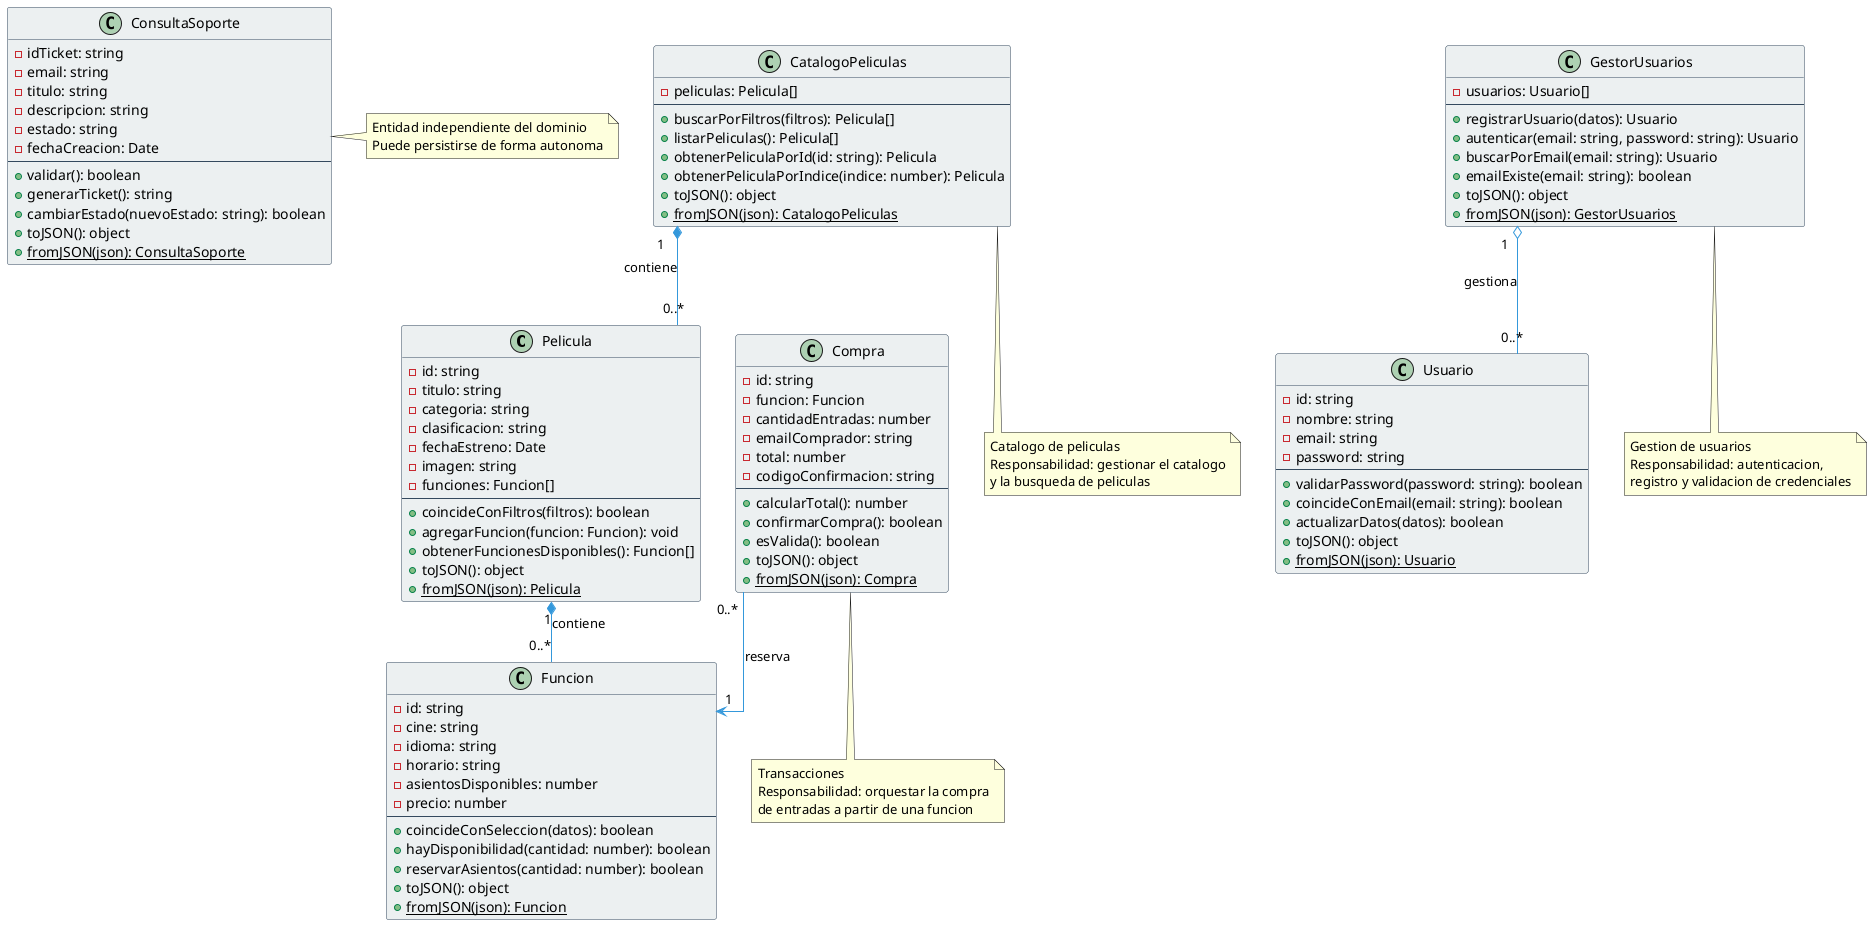
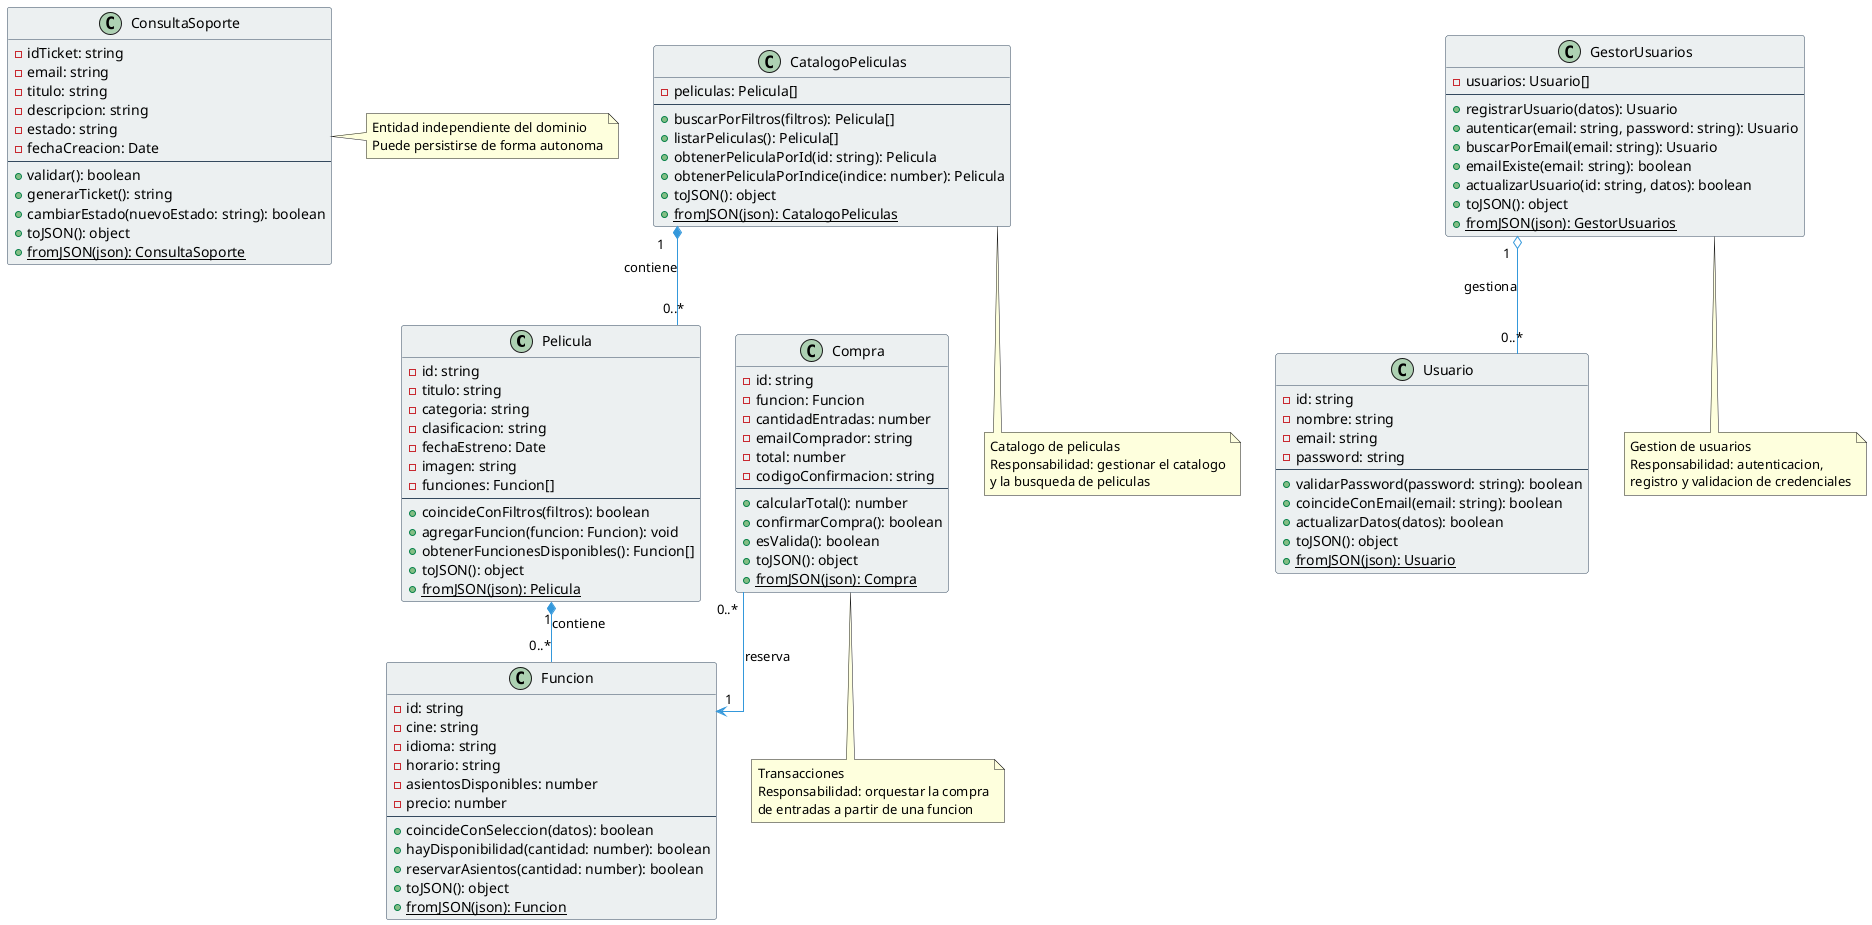
@startuml DiagramaClasesCineGlobal
!define ARROWCOLOR #3498db
!define CLASSCOLOR #ecf0f1
!define BORDERCOLOR #34495e

skinparam linetype ortho
skinparam classBackgroundColor CLASSCOLOR
skinparam classArrowColor ARROWCOLOR
skinparam classBorderColor BORDERCOLOR
skinparam classStereotypeCBackgroundColor #95a5a6
skinparam arrowLollipopColor BORDERCOLOR
skinparam backgroundColor #ffffff

'==============================================================
' ENTIDADES DEL DOMINIO - CATÁLOGO
'==============================================================

class Pelicula {
  - id: string
  - titulo: string
  - categoria: string
  - clasificacion: string
  - fechaEstreno: Date
  - imagen: string
  - funciones: Funcion[]
  --
  + coincideConFiltros(filtros): boolean
  + agregarFuncion(funcion: Funcion): void
  + obtenerFuncionesDisponibles(): Funcion[]
  + toJSON(): object
  + {static} fromJSON(json): Pelicula
}

class Funcion {
  - id: string
  - cine: string
  - idioma: string
  - horario: string
  - asientosDisponibles: number
  - precio: number
  --
  + coincideConSeleccion(datos): boolean
  + hayDisponibilidad(cantidad: number): boolean
  + reservarAsientos(cantidad: number): boolean
  + toJSON(): object
  + {static} fromJSON(json): Funcion
}

class CatalogoPeliculas {
  - peliculas: Pelicula[]
  --
  + buscarPorFiltros(filtros): Pelicula[]
  + listarPeliculas(): Pelicula[]
  + obtenerPeliculaPorId(id: string): Pelicula
  + obtenerPeliculaPorIndice(indice: number): Pelicula
  + toJSON(): object
  + {static} fromJSON(json): CatalogoPeliculas
}

'==============================================================
' ENTIDADES DEL DOMINIO - USUARIOS Y AUTENTICACIÓN
'==============================================================

class Usuario {
  - id: string
  - nombre: string
  - email: string
  - password: string
  --
  + validarPassword(password: string): boolean
  + coincideConEmail(email: string): boolean
  + actualizarDatos(datos): boolean
  + toJSON(): object
  + {static} fromJSON(json): Usuario
}

class GestorUsuarios {
  - usuarios: Usuario[]
  --
  + registrarUsuario(datos): Usuario
  + autenticar(email: string, password: string): Usuario
  + buscarPorEmail(email: string): Usuario
  + emailExiste(email: string): boolean
+   + actualizarUsuario(id: string, datos): boolean
  + toJSON(): object
  + {static} fromJSON(json): GestorUsuarios
}

'==============================================================
' ENTIDADES DEL DOMINIO - SOPORTE
'==============================================================

class ConsultaSoporte {
  - idTicket: string
  - email: string
  - titulo: string
  - descripcion: string
  - estado: string
  - fechaCreacion: Date
  --
  + validar(): boolean
  + generarTicket(): string
  + cambiarEstado(nuevoEstado: string): boolean
  + toJSON(): object
  + {static} fromJSON(json): ConsultaSoporte
}

'==============================================================
' ENTIDADES DEL DOMINIO - COMPRAS
'==============================================================

class Compra {
  - id: string
  - funcion: Funcion
  - cantidadEntradas: number
  - emailComprador: string
  - total: number
  - codigoConfirmacion: string
  --
  + calcularTotal(): number
  + confirmarCompra(): boolean
  + esValida(): boolean
  + toJSON(): object
  + {static} fromJSON(json): Compra
}

'==============================================================
' RELACIONES - COMPOSICIÓN Y AGREGACIÓN
'==============================================================

CatalogoPeliculas "1" *-- "0..*" Pelicula : contiene
Pelicula "1" *-- "0..*" Funcion : contiene
GestorUsuarios "1" o-- "0..*" Usuario : gestiona
Compra "0..*" --> "1" Funcion : reserva

note right of ConsultaSoporte
  Entidad independiente del dominio
  Puede persistirse de forma autonoma
end note

'==============================================================
' NOTAS DE ARQUITECTURA
'==============================================================

note bottom of CatalogoPeliculas
  Catalogo de peliculas
  Responsabilidad: gestionar el catalogo
  y la busqueda de peliculas
end note

note bottom of GestorUsuarios
  Gestion de usuarios
  Responsabilidad: autenticacion,
  registro y validacion de credenciales
end note

note bottom of Compra
  Transacciones
  Responsabilidad: orquestar la compra
  de entradas a partir de una funcion
end note

@enduml